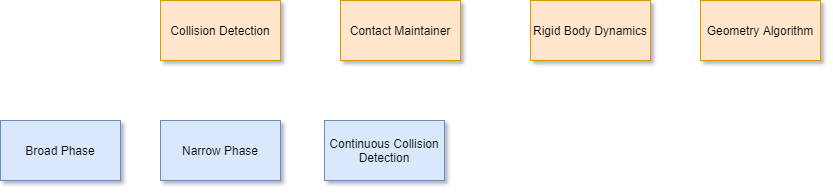
Earlier version of the draw.io export arch.drawio.png (maksyuki/TaichiGAME-res). Source tidied: cells renumbered, new cells last; positions are measured from the earlier drawing's top-left corner, leaving out a move shared by most shapes.
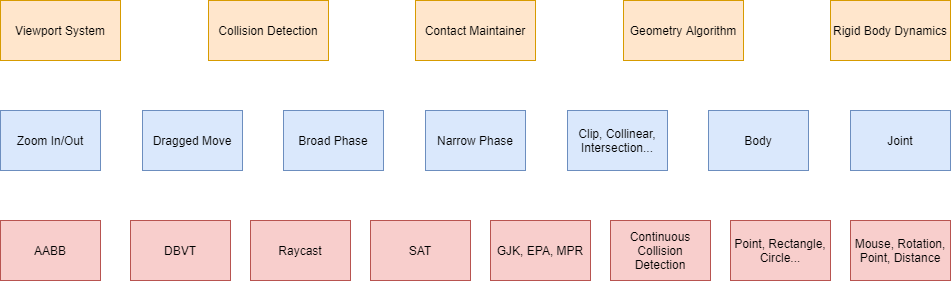
The same diagram one commit later.

Diff of the diagram source:
```diff
@@ -1,27 +1,66 @@
-<mxGraphModel>
+<mxGraphModel background="#FFFFFF">
   <root>
     <mxCell id="0" />
     <mxCell id="1" parent="0" />
     <mxCell id="2" value="Collision Detection" style="rounded=0;whiteSpace=wrap;html=1;fillColor=#ffe6cc;strokeColor=#d79b00;" parent="1" vertex="1">
-      <mxGeometry x="160" width="120" height="60" as="geometry" />
+      <mxGeometry x="178" width="120" height="60" as="geometry" />
     </mxCell>
     <mxCell id="3" value="Broad Phase" style="rounded=0;whiteSpace=wrap;html=1;fillColor=#dae8fc;strokeColor=#6c8ebf;" parent="1" vertex="1">
-      <mxGeometry y="120" width="120" height="60" as="geometry" />
+      <mxGeometry x="253" y="110" width="100" height="60" as="geometry" />
     </mxCell>
     <mxCell id="4" value="Narrow Phase" style="rounded=0;whiteSpace=wrap;html=1;fillColor=#dae8fc;strokeColor=#6c8ebf;" parent="1" vertex="1">
-      <mxGeometry x="160" y="120" width="120" height="60" as="geometry" />
+      <mxGeometry x="395" y="110" width="100" height="60" as="geometry" />
     </mxCell>
-    <mxCell id="5" value="Continuous Collision Detection" style="rounded=0;whiteSpace=wrap;html=1;fillColor=#dae8fc;strokeColor=#6c8ebf;" parent="1" vertex="1">
-      <mxGeometry x="324" y="120" width="120" height="60" as="geometry" />
-    </mxCell>
     <mxCell id="6" value="Contact Maintainer" style="rounded=0;whiteSpace=wrap;html=1;fillColor=#ffe6cc;strokeColor=#d79b00;" parent="1" vertex="1">
-      <mxGeometry x="340" width="120" height="60" as="geometry" />
+      <mxGeometry x="385" width="120" height="60" as="geometry" />
     </mxCell>
     <mxCell id="7" value="Rigid Body Dynamics" style="rounded=0;whiteSpace=wrap;html=1;fillColor=#ffe6cc;strokeColor=#d79b00;" parent="1" vertex="1">
-      <mxGeometry x="530" width="120" height="60" as="geometry" />
+      <mxGeometry x="800" width="120" height="60" as="geometry" />
     </mxCell>
     <mxCell id="8" value="Geometry Algorithm" style="rounded=0;whiteSpace=wrap;html=1;fillColor=#ffe6cc;strokeColor=#d79b00;" parent="1" vertex="1">
-      <mxGeometry x="700" width="120" height="60" as="geometry" />
+      <mxGeometry x="593" width="120" height="60" as="geometry" />
     </mxCell>
+    <mxCell id="9" value="Viewport System" style="rounded=0;whiteSpace=wrap;html=1;fillColor=#ffe6cc;strokeColor=#d79b00;" parent="1" vertex="1">
+      <mxGeometry x="-30" width="120" height="60" as="geometry" />
+    </mxCell>
+    <mxCell id="10" value="Zoom In/Out" style="rounded=0;whiteSpace=wrap;html=1;fillColor=#dae8fc;strokeColor=#6c8ebf;" parent="1" vertex="1">
+      <mxGeometry x="-30" y="110" width="100" height="60" as="geometry" />
+    </mxCell>
+    <mxCell id="11" value="Dragged Move" style="rounded=0;whiteSpace=wrap;html=1;fillColor=#dae8fc;strokeColor=#6c8ebf;" parent="1" vertex="1">
+      <mxGeometry x="112" y="110" width="100" height="60" as="geometry" />
+    </mxCell>
+    <mxCell id="12" value="SAT" style="rounded=0;whiteSpace=wrap;html=1;fillColor=#f8cecc;strokeColor=#b85450;" parent="1" vertex="1">
+      <mxGeometry x="340" y="220" width="100" height="60" as="geometry" />
+    </mxCell>
+    <mxCell id="13" value="GJK, EPA, MPR" style="rounded=0;whiteSpace=wrap;html=1;fillColor=#f8cecc;strokeColor=#b85450;" parent="1" vertex="1">
+      <mxGeometry x="460" y="220" width="100" height="60" as="geometry" />
+    </mxCell>
+    <mxCell id="5" value="Continuous Collision Detection" style="rounded=0;whiteSpace=wrap;html=1;fillColor=#f8cecc;strokeColor=#b85450;" parent="1" vertex="1">
+      <mxGeometry x="580" y="220" width="100" height="60" as="geometry" />
+    </mxCell>
+    <mxCell id="14" value="AABB" style="rounded=0;whiteSpace=wrap;html=1;fillColor=#f8cecc;strokeColor=#b85450;" parent="1" vertex="1">
+      <mxGeometry x="-30" y="220" width="100" height="60" as="geometry" />
+    </mxCell>
+    <mxCell id="15" value="DBVT" style="rounded=0;whiteSpace=wrap;html=1;fillColor=#f8cecc;strokeColor=#b85450;" parent="1" vertex="1">
+      <mxGeometry x="100" y="220" width="100" height="60" as="geometry" />
+    </mxCell>
+    <mxCell id="16" value="Raycast" style="rounded=0;whiteSpace=wrap;html=1;fillColor=#f8cecc;strokeColor=#b85450;" parent="1" vertex="1">
+      <mxGeometry x="220" y="220" width="100" height="60" as="geometry" />
+    </mxCell>
+    <mxCell id="17" value="Body" style="rounded=0;whiteSpace=wrap;html=1;fillColor=#dae8fc;strokeColor=#6c8ebf;" parent="1" vertex="1">
+      <mxGeometry x="678" y="110" width="100" height="60" as="geometry" />
+    </mxCell>
+    <mxCell id="18" value="Joint" style="rounded=0;whiteSpace=wrap;html=1;fillColor=#dae8fc;strokeColor=#6c8ebf;" parent="1" vertex="1">
+      <mxGeometry x="820" y="110" width="100" height="60" as="geometry" />
+    </mxCell>
+    <mxCell id="19" value="Mouse, Rotation, Point, Distance" style="rounded=0;whiteSpace=wrap;html=1;fillColor=#f8cecc;strokeColor=#b85450;" parent="1" vertex="1">
+      <mxGeometry x="820" y="220" width="100" height="60" as="geometry" />
+    </mxCell>
+    <mxCell id="20" value="Point, Rectangle, Circle..." style="rounded=0;whiteSpace=wrap;html=1;fillColor=#f8cecc;strokeColor=#b85450;" parent="1" vertex="1">
+      <mxGeometry x="700" y="220" width="100" height="60" as="geometry" />
+    </mxCell>
+    <mxCell id="21" value="Clip, Collinear, Intersection..." style="rounded=0;whiteSpace=wrap;html=1;fillColor=#dae8fc;strokeColor=#6c8ebf;" parent="1" vertex="1">
+      <mxGeometry x="537" y="110" width="100" height="60" as="geometry" />
+    </mxCell>
   </root>
 </mxGraphModel>
```
